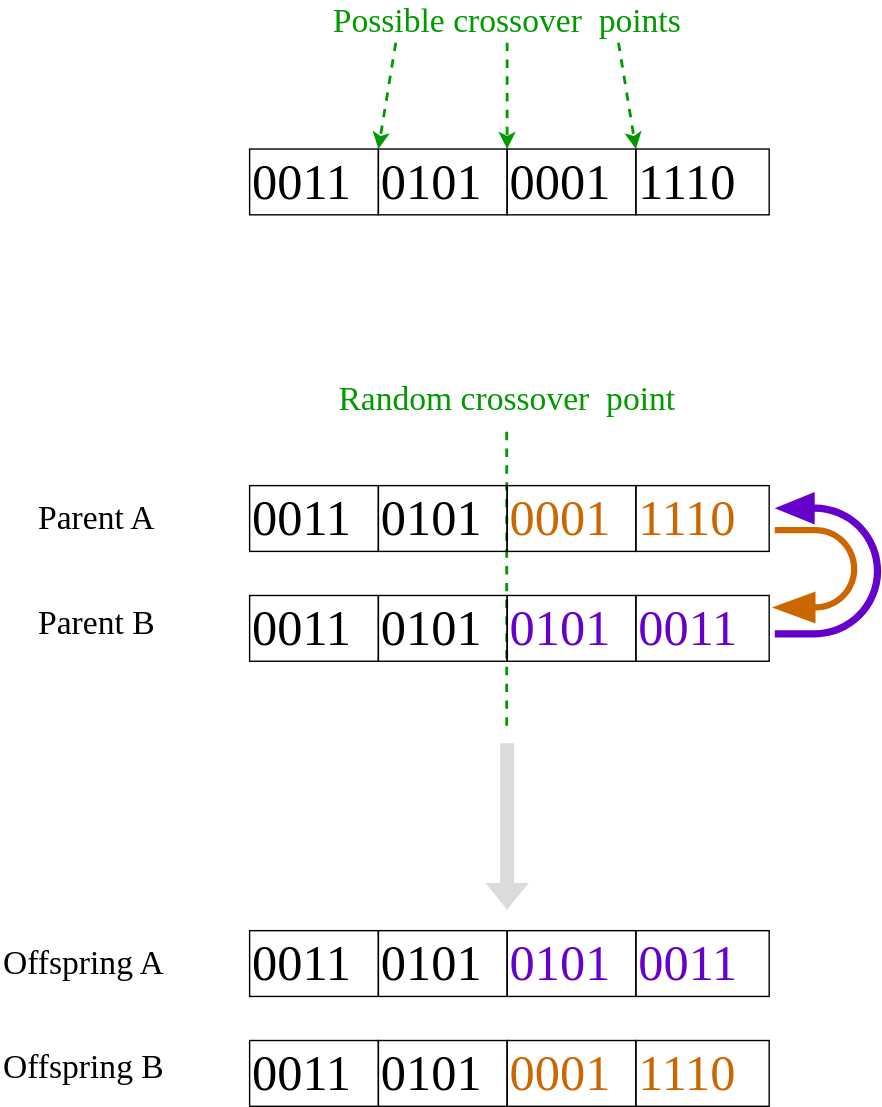
Above: src/images/blog/genetic_algorithm/crossover.svg in SlimTim10/slimtim10.github.io (draw.io), before the change. Source tidied: cells renumbered, new cells last; positions are measured from the earlier drawing's top-left corner, leaving out a move shared by most shapes. Its diagram source:
```xml
<mxGraphModel>
  <root>
    <mxCell id="0" />
    <mxCell id="1" parent="0" />
    <mxCell id="2" value="&lt;font style=&quot;font-size: 36px;&quot; face=&quot;Verdana&quot;&gt;0011&lt;/font&gt;" style="text;html=1;strokeColor=default;fillColor=none;align=left;verticalAlign=middle;whiteSpace=wrap;rounded=0;" parent="1" vertex="1">
      <mxGeometry x="177.8" y="106" width="92" height="47" as="geometry" />
    </mxCell>
    <mxCell id="3" style="endArrow=classic;html=1;rounded=0;entryX=1;entryY=0;entryDx=0;entryDy=0;strokeColor=#009900;exitX=0.25;exitY=1;exitDx=0;exitDy=0;dashed=1;strokeWidth=2;" parent="1" edge="1" source="4" target="2">
      <mxGeometry relative="1" as="geometry" />
    </mxCell>
    <mxCell id="4" value="&lt;font style=&quot;font-size: 24px;&quot; face=&quot;Verdana&quot;&gt;Possible crossover&amp;nbsp; points&lt;/font&gt;" style="text;html=1;strokeColor=none;fillColor=none;align=center;verticalAlign=middle;whiteSpace=wrap;rounded=0;fontColor=#009900;" parent="1" vertex="1">
      <mxGeometry x="202.6" width="318.3" height="30" as="geometry" />
    </mxCell>
    <mxCell id="5" style="endArrow=classic;html=1;rounded=0;entryX=0;entryY=0;entryDx=0;entryDy=0;strokeColor=#009900;dashed=1;strokeWidth=2;" parent="1" edge="1" source="4" target="14">
      <mxGeometry relative="1" as="geometry" />
    </mxCell>
    <mxCell id="6" style="endArrow=classic;html=1;rounded=0;entryX=0;entryY=0;entryDx=0;entryDy=0;strokeColor=#009900;exitX=0.75;exitY=1;exitDx=0;exitDy=0;dashed=1;strokeWidth=2;" parent="1" edge="1" source="4" target="15">
      <mxGeometry relative="1" as="geometry" />
    </mxCell>
    <mxCell id="7" style="endArrow=none;dashed=1;html=1;rounded=0;strokeWidth=2;strokeColor=#009900;" parent="1" edge="1">
      <mxGeometry relative="1" as="geometry">
        <mxPoint x="361.4" y="518" as="sourcePoint" />
        <mxPoint x="361.4" y="303" as="targetPoint" />
      </mxGeometry>
    </mxCell>
    <mxCell id="8" style="html=1;shadow=0;dashed=0;align=center;verticalAlign=middle;shape=mxgraph.arrows2.uTurnArrow;dy=2.59;arrowHead=23.28;dx2=28.6;direction=east;flipH=1;strokeColor=none;fillColor=#6600CC;gradientColor=none;" parent="1" vertex="1">
      <mxGeometry x="553" y="351" width="76" height="104" as="geometry" />
    </mxCell>
    <mxCell id="9" value="Parent A" style="text;html=1;strokeColor=none;fillColor=none;align=left;verticalAlign=middle;whiteSpace=wrap;rounded=0;fontFamily=Verdana;fontSize=24;" parent="1" vertex="1">
      <mxGeometry x="25" y="355" width="129" height="30" as="geometry" />
    </mxCell>
    <mxCell id="10" value="Parent B" style="text;html=1;strokeColor=none;fillColor=none;align=left;verticalAlign=middle;whiteSpace=wrap;rounded=0;fontFamily=Verdana;fontSize=24;" parent="1" vertex="1">
      <mxGeometry x="25" y="430" width="119" height="30" as="geometry" />
    </mxCell>
    <mxCell id="11" style="shape=flexArrow;endArrow=classic;html=1;rounded=0;fillColor=#DBDBDB;strokeColor=none;" parent="1" edge="1">
      <mxGeometry relative="1" as="geometry">
        <mxPoint x="361.8" y="530" as="sourcePoint" />
        <mxPoint x="361.8" y="650" as="targetPoint" />
      </mxGeometry>
    </mxCell>
    <mxCell id="12" value="&lt;font style=&quot;font-size: 24px;&quot; face=&quot;Verdana&quot;&gt;Random crossover&amp;nbsp; point&lt;/font&gt;" style="text;html=1;strokeColor=none;fillColor=none;align=center;verticalAlign=middle;whiteSpace=wrap;rounded=0;fontColor=#009900;" parent="1" vertex="1">
      <mxGeometry x="202.6" y="270" width="318.3" height="30" as="geometry" />
    </mxCell>
    <mxCell id="13" value="&lt;font style=&quot;font-size: 36px;&quot; face=&quot;Verdana&quot;&gt;0101&lt;/font&gt;" style="text;html=1;strokeColor=default;fillColor=none;align=left;verticalAlign=middle;whiteSpace=wrap;rounded=0;" parent="1" vertex="1">
      <mxGeometry x="269.8" y="106" width="92" height="47" as="geometry" />
    </mxCell>
    <mxCell id="14" value="&lt;font style=&quot;font-size: 36px;&quot; face=&quot;Verdana&quot;&gt;0001&lt;/font&gt;" style="text;html=1;strokeColor=default;fillColor=none;align=left;verticalAlign=middle;whiteSpace=wrap;rounded=0;" parent="1" vertex="1">
      <mxGeometry x="361.8" y="106" width="92" height="47" as="geometry" />
    </mxCell>
    <mxCell id="15" value="&lt;font style=&quot;font-size: 36px;&quot; face=&quot;Verdana&quot;&gt;1110&lt;/font&gt;" style="text;html=1;strokeColor=default;fillColor=none;align=left;verticalAlign=middle;whiteSpace=wrap;rounded=0;" parent="1" vertex="1">
      <mxGeometry x="453.8" y="106" width="95.2" height="47" as="geometry" />
    </mxCell>
    <mxCell id="16" value="&lt;font style=&quot;font-size: 36px;&quot; face=&quot;Verdana&quot;&gt;0011&lt;/font&gt;" style="text;html=1;strokeColor=default;fillColor=none;align=left;verticalAlign=middle;whiteSpace=wrap;rounded=0;" parent="1" vertex="1">
      <mxGeometry x="177.8" y="346.5" width="92" height="47" as="geometry" />
    </mxCell>
    <mxCell id="17" value="&lt;font style=&quot;font-size: 36px;&quot; face=&quot;Verdana&quot;&gt;0101&lt;/font&gt;" style="text;html=1;strokeColor=default;fillColor=none;align=left;verticalAlign=middle;whiteSpace=wrap;rounded=0;perimeterSpacing=0;" parent="1" vertex="1">
      <mxGeometry x="269.8" y="346.5" width="92" height="47" as="geometry" />
    </mxCell>
    <mxCell id="18" value="&lt;font style=&quot;font-size: 36px;&quot; face=&quot;Verdana&quot; color=&quot;#cc6600&quot;&gt;0001&lt;/font&gt;" style="text;html=1;strokeColor=default;fillColor=none;align=left;verticalAlign=middle;whiteSpace=wrap;rounded=0;" parent="1" vertex="1">
      <mxGeometry x="361.8" y="346.5" width="92" height="47" as="geometry" />
    </mxCell>
    <mxCell id="19" value="&lt;font style=&quot;font-size: 36px;&quot; face=&quot;Verdana&quot; color=&quot;#cc6600&quot;&gt;1110&lt;/font&gt;" style="text;html=1;strokeColor=default;fillColor=none;align=left;verticalAlign=middle;whiteSpace=wrap;rounded=0;" parent="1" vertex="1">
      <mxGeometry x="453.8" y="346.5" width="95.2" height="47" as="geometry" />
    </mxCell>
    <mxCell id="20" value="&lt;font style=&quot;font-size: 36px;&quot; face=&quot;Verdana&quot;&gt;0011&lt;/font&gt;" style="text;html=1;strokeColor=default;fillColor=none;align=left;verticalAlign=middle;whiteSpace=wrap;rounded=0;" parent="1" vertex="1">
      <mxGeometry x="177.8" y="425" width="92" height="47" as="geometry" />
    </mxCell>
    <mxCell id="21" value="&lt;font style=&quot;font-size: 36px;&quot; face=&quot;Verdana&quot;&gt;0101&lt;/font&gt;" style="text;html=1;strokeColor=default;fillColor=none;align=left;verticalAlign=middle;whiteSpace=wrap;rounded=0;" parent="1" vertex="1">
      <mxGeometry x="269.8" y="425" width="92" height="47" as="geometry" />
    </mxCell>
    <mxCell id="22" value="&lt;font style=&quot;font-size: 36px;&quot; face=&quot;Verdana&quot; color=&quot;#6600cc&quot;&gt;0101&lt;/font&gt;" style="text;html=1;strokeColor=default;fillColor=none;align=left;verticalAlign=middle;whiteSpace=wrap;rounded=0;" parent="1" vertex="1">
      <mxGeometry x="361.8" y="425" width="92" height="47" as="geometry" />
    </mxCell>
    <mxCell id="23" value="&lt;font style=&quot;font-size: 36px;&quot; face=&quot;Verdana&quot; color=&quot;#6600cc&quot;&gt;0011&lt;/font&gt;" style="text;html=1;strokeColor=default;fillColor=none;align=left;verticalAlign=middle;whiteSpace=wrap;rounded=0;" parent="1" vertex="1">
      <mxGeometry x="453.8" y="425" width="95.2" height="47" as="geometry" />
    </mxCell>
    <mxCell id="24" style="html=1;shadow=0;dashed=0;align=center;verticalAlign=middle;shape=mxgraph.arrows2.uTurnArrow;dy=2.23;arrowHead=22.91;dx2=31.19;direction=west;flipH=0;strokeColor=none;fillColor=#CC6600;" parent="1" vertex="1">
      <mxGeometry x="553" y="376" width="59" height="69" as="geometry" />
    </mxCell>
    <mxCell id="25" value="Offspring A" style="text;html=1;strokeColor=none;fillColor=none;align=left;verticalAlign=middle;whiteSpace=wrap;rounded=0;fontFamily=Verdana;fontSize=24;" parent="1" vertex="1">
      <mxGeometry y="673" width="154" height="30" as="geometry" />
    </mxCell>
    <mxCell id="26" value="Offspring B" style="text;html=1;strokeColor=none;fillColor=none;align=left;verticalAlign=middle;whiteSpace=wrap;rounded=0;fontFamily=Verdana;fontSize=24;" parent="1" vertex="1">
      <mxGeometry y="747" width="148" height="30" as="geometry" />
    </mxCell>
    <mxCell id="27" value="&lt;font style=&quot;font-size: 36px;&quot; face=&quot;Verdana&quot;&gt;0011&lt;/font&gt;" style="text;html=1;strokeColor=default;fillColor=none;align=left;verticalAlign=middle;whiteSpace=wrap;rounded=0;" parent="1" vertex="1">
      <mxGeometry x="177.8" y="664.5" width="92" height="47" as="geometry" />
    </mxCell>
    <mxCell id="28" value="&lt;font style=&quot;font-size: 36px;&quot; face=&quot;Verdana&quot;&gt;0101&lt;/font&gt;" style="text;html=1;strokeColor=default;fillColor=none;align=left;verticalAlign=middle;whiteSpace=wrap;rounded=0;perimeterSpacing=0;" parent="1" vertex="1">
      <mxGeometry x="269.8" y="664.5" width="92" height="47" as="geometry" />
    </mxCell>
    <mxCell id="29" value="&lt;font style=&quot;font-size: 36px;&quot; face=&quot;Verdana&quot; color=&quot;#cc6600&quot;&gt;0001&lt;/font&gt;" style="text;html=1;strokeColor=default;fillColor=none;align=left;verticalAlign=middle;whiteSpace=wrap;rounded=0;" parent="1" vertex="1">
      <mxGeometry x="361.8" y="743" width="92" height="47" as="geometry" />
    </mxCell>
    <mxCell id="30" value="&lt;font style=&quot;font-size: 36px;&quot; face=&quot;Verdana&quot; color=&quot;#cc6600&quot;&gt;1110&lt;/font&gt;" style="text;html=1;strokeColor=default;fillColor=none;align=left;verticalAlign=middle;whiteSpace=wrap;rounded=0;" parent="1" vertex="1">
      <mxGeometry x="453.8" y="743" width="95.2" height="47" as="geometry" />
    </mxCell>
    <mxCell id="31" value="&lt;font style=&quot;font-size: 36px;&quot; face=&quot;Verdana&quot;&gt;0011&lt;/font&gt;" style="text;html=1;strokeColor=default;fillColor=none;align=left;verticalAlign=middle;whiteSpace=wrap;rounded=0;" parent="1" vertex="1">
      <mxGeometry x="177.8" y="743" width="92" height="47" as="geometry" />
    </mxCell>
    <mxCell id="32" value="&lt;font style=&quot;font-size: 36px;&quot; face=&quot;Verdana&quot;&gt;0101&lt;/font&gt;" style="text;html=1;strokeColor=default;fillColor=none;align=left;verticalAlign=middle;whiteSpace=wrap;rounded=0;" parent="1" vertex="1">
      <mxGeometry x="269.8" y="743" width="92" height="47" as="geometry" />
    </mxCell>
    <mxCell id="33" value="&lt;font style=&quot;font-size: 36px;&quot; face=&quot;Verdana&quot; color=&quot;#6600cc&quot;&gt;0101&lt;/font&gt;" style="text;html=1;strokeColor=default;fillColor=none;align=left;verticalAlign=middle;whiteSpace=wrap;rounded=0;" parent="1" vertex="1">
      <mxGeometry x="361.8" y="664.5" width="92" height="47" as="geometry" />
    </mxCell>
    <mxCell id="34" value="&lt;font style=&quot;font-size: 36px;&quot; face=&quot;Verdana&quot; color=&quot;#6600cc&quot;&gt;0011&lt;/font&gt;" style="text;html=1;strokeColor=default;fillColor=none;align=left;verticalAlign=middle;whiteSpace=wrap;rounded=0;" parent="1" vertex="1">
      <mxGeometry x="453.8" y="664.5" width="95.2" height="47" as="geometry" />
    </mxCell>
  </root>
</mxGraphModel>
```
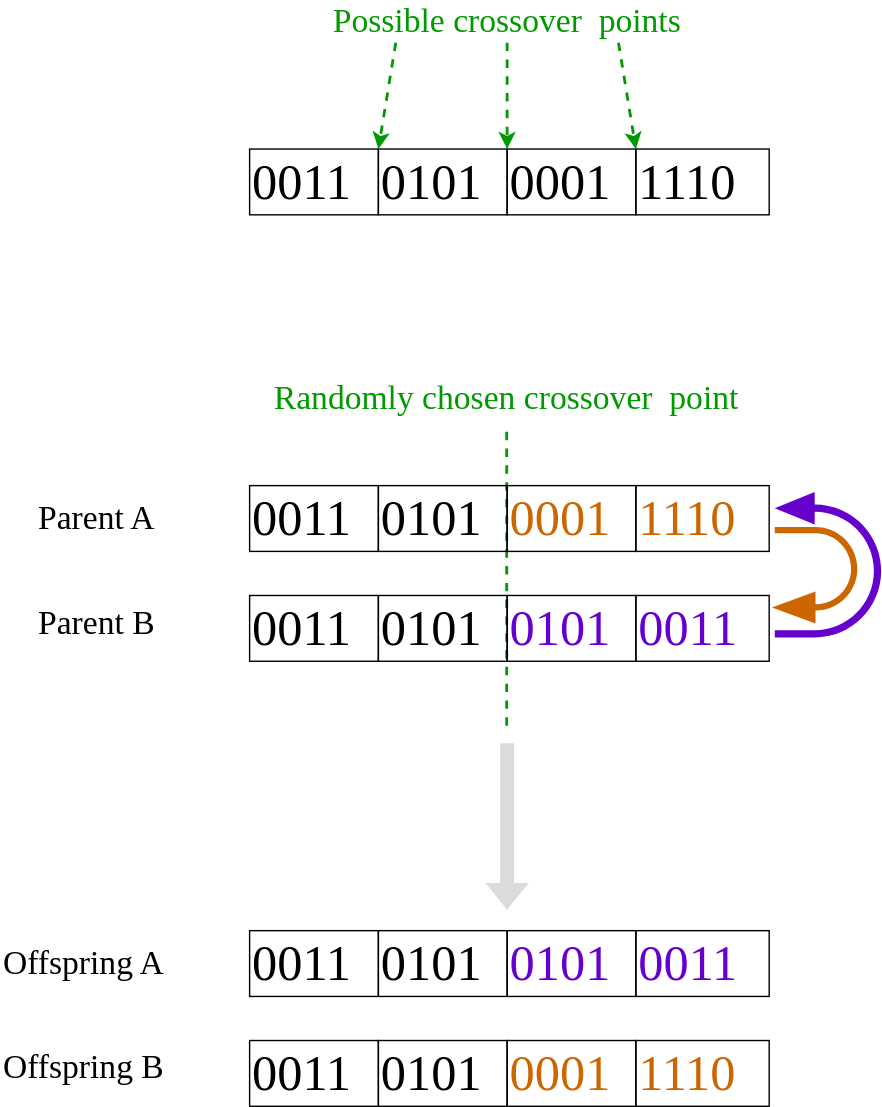
Later version of the same file.

What changed in the source:
```diff
@@ -38,8 +38,8 @@
         <mxPoint x="361.8" y="650" as="targetPoint" />
       </mxGeometry>
     </mxCell>
-    <mxCell id="12" value="&lt;font style=&quot;font-size: 24px;&quot; face=&quot;Verdana&quot;&gt;Random crossover&amp;nbsp; point&lt;/font&gt;" style="text;html=1;strokeColor=none;fillColor=none;align=center;verticalAlign=middle;whiteSpace=wrap;rounded=0;fontColor=#009900;" parent="1" vertex="1">
-      <mxGeometry x="202.6" y="270" width="318.3" height="30" as="geometry" />
+    <mxCell id="12" value="&lt;font style=&quot;font-size: 24px;&quot; face=&quot;Verdana&quot;&gt;Randomly chosen crossover&amp;nbsp; point&lt;/font&gt;" style="text;html=1;strokeColor=none;fillColor=none;align=center;verticalAlign=middle;whiteSpace=wrap;rounded=0;fontColor=#009900;" parent="1" vertex="1">
+      <mxGeometry x="134.1" y="269" width="455.4" height="30" as="geometry" />
     </mxCell>
     <mxCell id="13" value="&lt;font style=&quot;font-size: 36px;&quot; face=&quot;Verdana&quot;&gt;0101&lt;/font&gt;" style="text;html=1;strokeColor=default;fillColor=none;align=left;verticalAlign=middle;whiteSpace=wrap;rounded=0;" parent="1" vertex="1">
       <mxGeometry x="269.8" y="106" width="92" height="47" as="geometry" />
```
